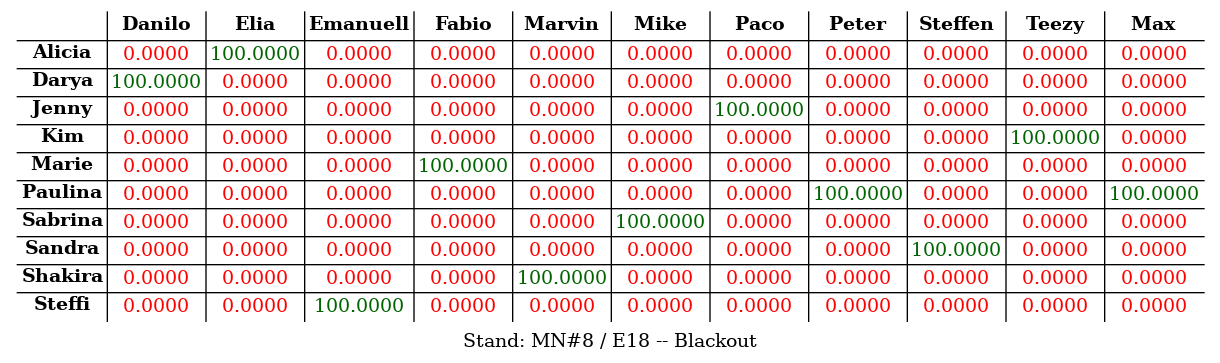
atticus-sullivan/sim-ayto keeps this Graphviz diagram as s03r/s03r_tab.png. Above is the earlier version. Its source is kept beside it as s03r/s03r_tab.dot.
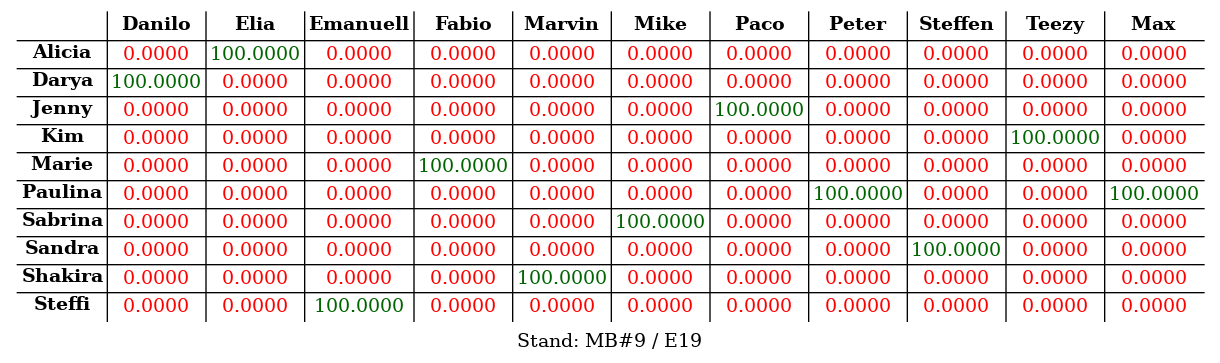
Above is the later version.

Diff of the diagram source:
```diff
@@ -1,4 +1,4 @@
-digraph structs { labelloc="b"; label="Stand: MN#8 / E18 -- Blackout"; node[shape=plaintext] struct[label=<
+digraph structs { labelloc="b"; label="Stand: MB#9 / E19"; node[shape=plaintext] struct[label=<
 <table cellspacing="2" border="0" rows="*" columns="*">
 <tr>
 <td></td>
```
